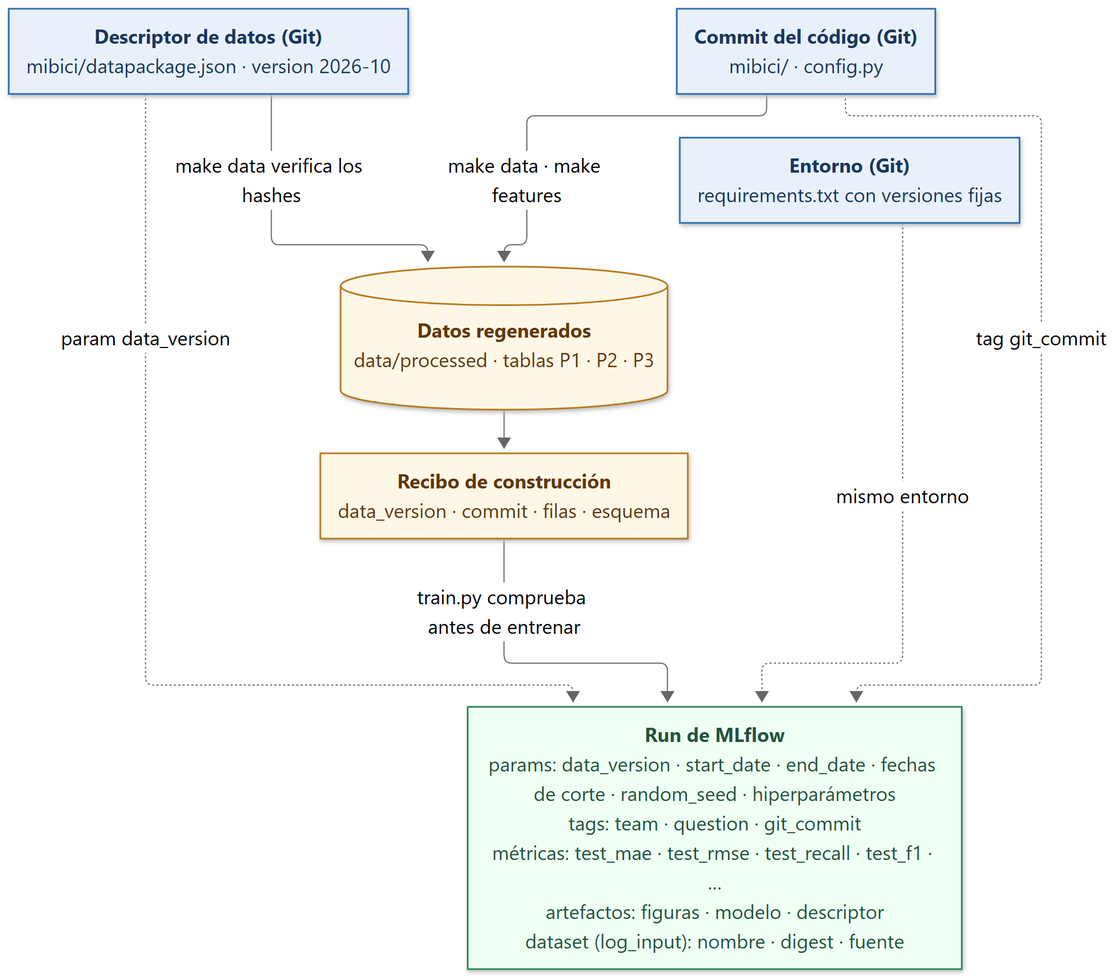
This is references/trazabilidad.png from WillSagzz/TC5061-Proyecto-Equipo10, a Mermaid export, as it was before one commit. Its source is kept beside it as references/trazabilidad.mmd.
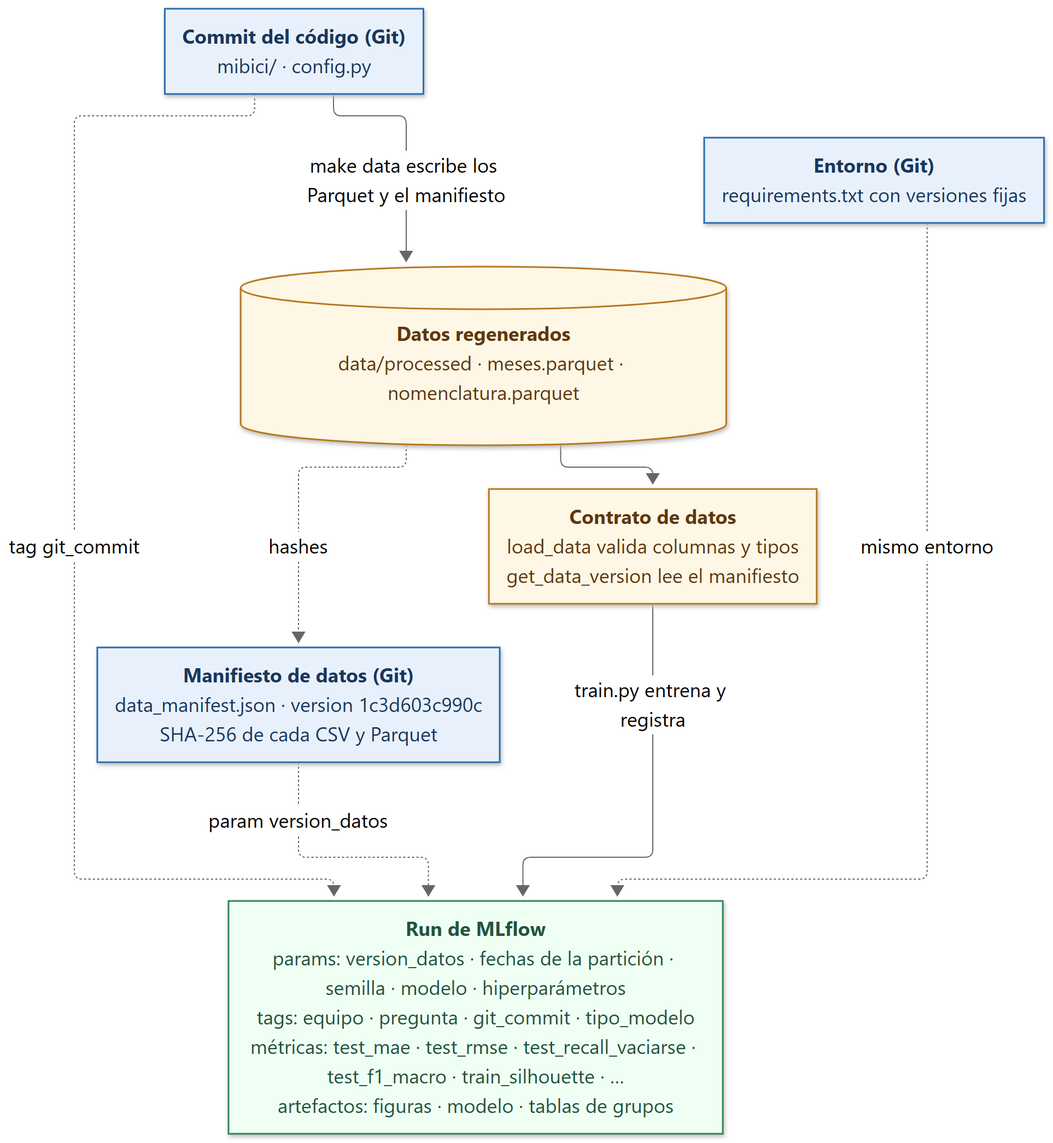
After the change.

Change to the diagram source:
```diff
@@ -1,20 +1,20 @@
 flowchart TB
 
-  MAN["<b>Descriptor de datos (Git)</b><br/>mibici/datapackage.json · version 2026-10"]
+  MAN["<b>Manifiesto de datos (Git)</b><br/>data_manifest.json · version 1c3d603c990c<br/>SHA-256 de cada CSV y Parquet"]
   COMMIT["<b>Commit del código (Git)</b><br/>mibici/ · config.py"]
   REQ["<b>Entorno (Git)</b><br/>requirements.txt con versiones fijas"]
 
-  DATA[("<b>Datos regenerados</b><br/>data/processed · tablas P1 · P2 · P3")]
-  RECEIPT["<b>Recibo de construcción</b><br/>data_version · commit · filas · esquema"]
+  DATA[("<b>Datos regenerados</b><br/>data/processed · meses.parquet · nomenclatura.parquet")]
+  CHECK["<b>Contrato de datos</b><br/>load_data valida columnas y tipos<br/>get_data_version lee el manifiesto"]
 
-  RUN["<b>Run de MLflow</b><br/>params: data_version · start_date · end_date · fechas de corte · random_seed · hiperparámetros<br/>tags: team · question · git_commit<br/>métricas: test_mae · test_rmse · test_recall · test_f1 · …<br/>artefactos: figuras · modelo · descriptor<br/>dataset (log_input): nombre · digest · fuente"]
+  RUN["<b>Run de MLflow</b><br/>params: version_datos · fechas de la partición · semilla · modelo · hiperparámetros<br/>tags: equipo · pregunta · git_commit · tipo_modelo<br/>métricas: test_mae · test_rmse · test_recall_vaciarse · test_f1_macro · train_silhouette · …<br/>artefactos: figuras · modelo · tablas de grupos"]
 
-  MAN -- "make data verifica los hashes" --> DATA
-  COMMIT -- "make data · make features" --> DATA
+  COMMIT -- "make data escribe los Parquet y el manifiesto" --> DATA
+  DATA -. "hashes" .-> MAN
   REQ ~~~ DATA
-  DATA --> RECEIPT
-  RECEIPT -- "train.py comprueba antes de entrenar" --> RUN
-  MAN -. "param data_version" .-> RUN
+  DATA --> CHECK
+  CHECK -- "train.py entrena y registra" --> RUN
+  MAN -. "param version_datos" .-> RUN
   COMMIT -. "tag git_commit" .-> RUN
   REQ -. "mismo entorno" .-> RUN
 
@@ -22,5 +22,5 @@
   classDef local fill:#fff7e6,stroke:#b7791f,stroke-width:1.5px,color:#5f370e
   classDef run fill:#f0fff4,stroke:#2f855a,stroke-width:1.5px,color:#22543d
   class MAN,COMMIT,REQ git
-  class DATA,RECEIPT local
+  class DATA,CHECK local
   class RUN run
```
